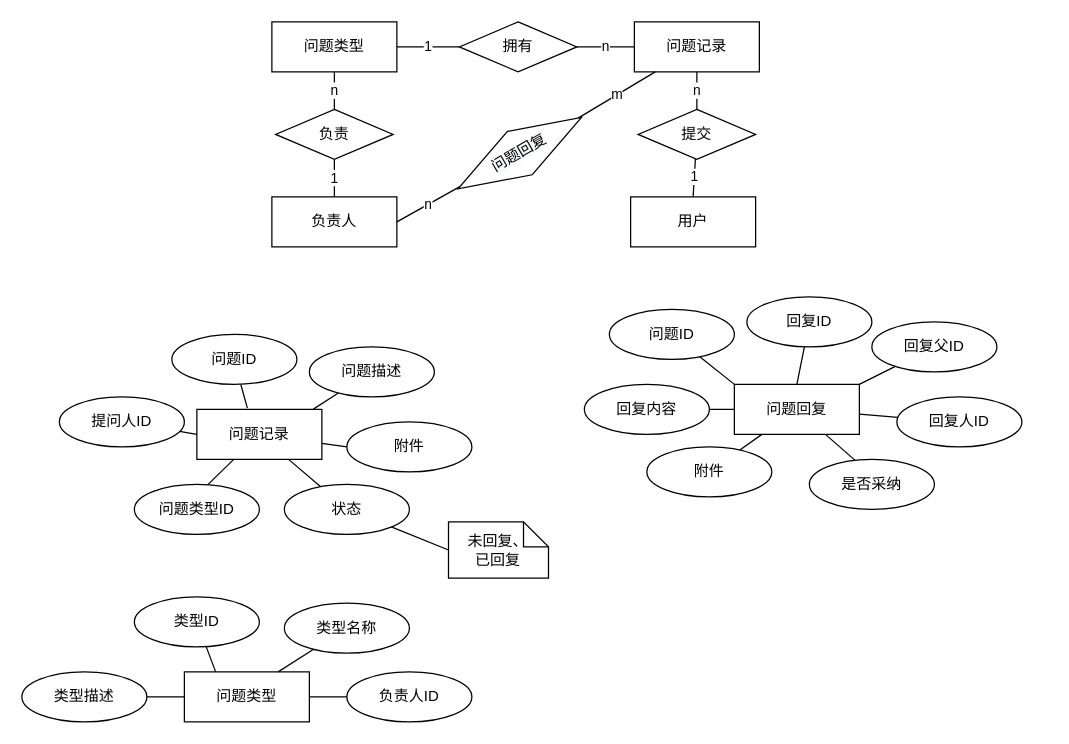
Earlier version of the draw.io diagram page "问题服务" (5 of 5) of 毕设管理系统/ER模型图.drawio (FdfGithub/drawio). Source tidied: cells renumbered, new cells numbered last; positions are measured from the earlier drawing's top-left corner, leaving out a move shared by most shapes. Both pictures are drawn from the tidied source at 125%, with x=0, y=0 at pixel (21, 21).
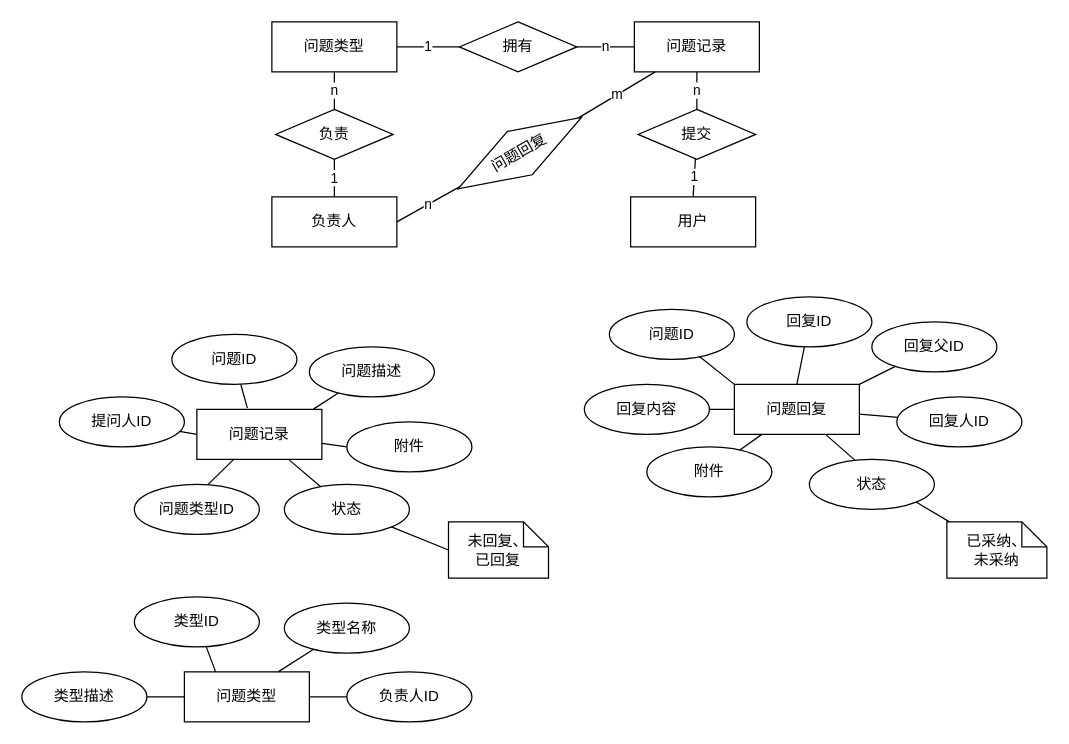
The same page after the edit.

The edit, as a diff of the source:
```diff
@@
-    <mxCell id="30" value="是否采纳" style="ellipse;whiteSpace=wrap;html=1;align=center;" parent="1" vertex="1">
+    <mxCell id="30" value="状态" style="ellipse;whiteSpace=wrap;html=1;align=center;" parent="1" vertex="1">
       <mxGeometry x="630" y="350" width="100" height="40" as="geometry" />
     </mxCell>
@@
+    <mxCell id="57" style="rounded=0;jettySize=auto;html=1;entryX=1;entryY=1;entryDx=0;entryDy=0;endArrow=none;endFill=0;" parent="1" edge="1" source="58" target="30">
+      <mxGeometry relative="1" as="geometry" />
+    </mxCell>
+    <mxCell id="58" value="已采纳、&lt;br&gt;未采纳" style="shape=note;size=20;whiteSpace=wrap;html=1;" parent="1" vertex="1">
+      <mxGeometry x="740" y="400" width="80" height="45" as="geometry" />
+    </mxCell>
```
